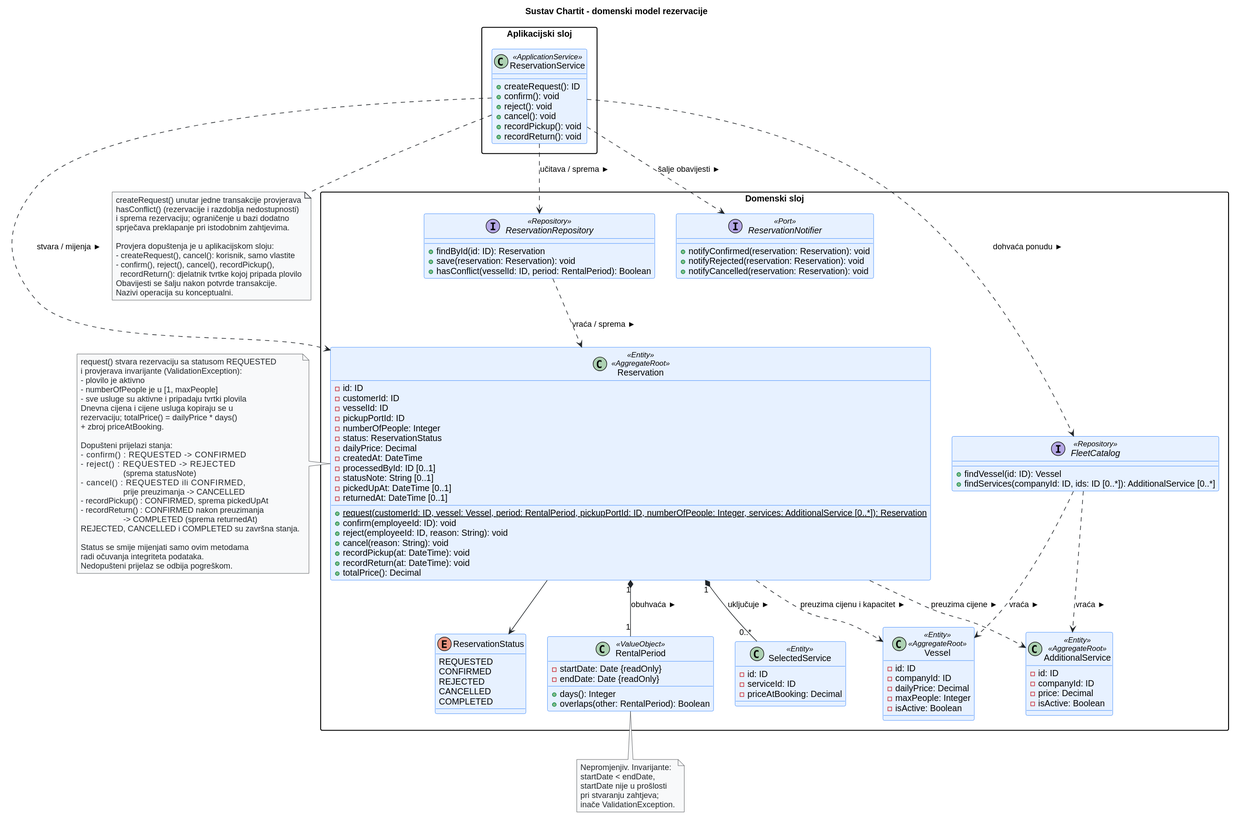
tmpteamname1/ChartIt keeps this PlantUML diagram as docs/assets/diagrams/4-3-chartit-domain-CD.svg. Above is the earlier version.
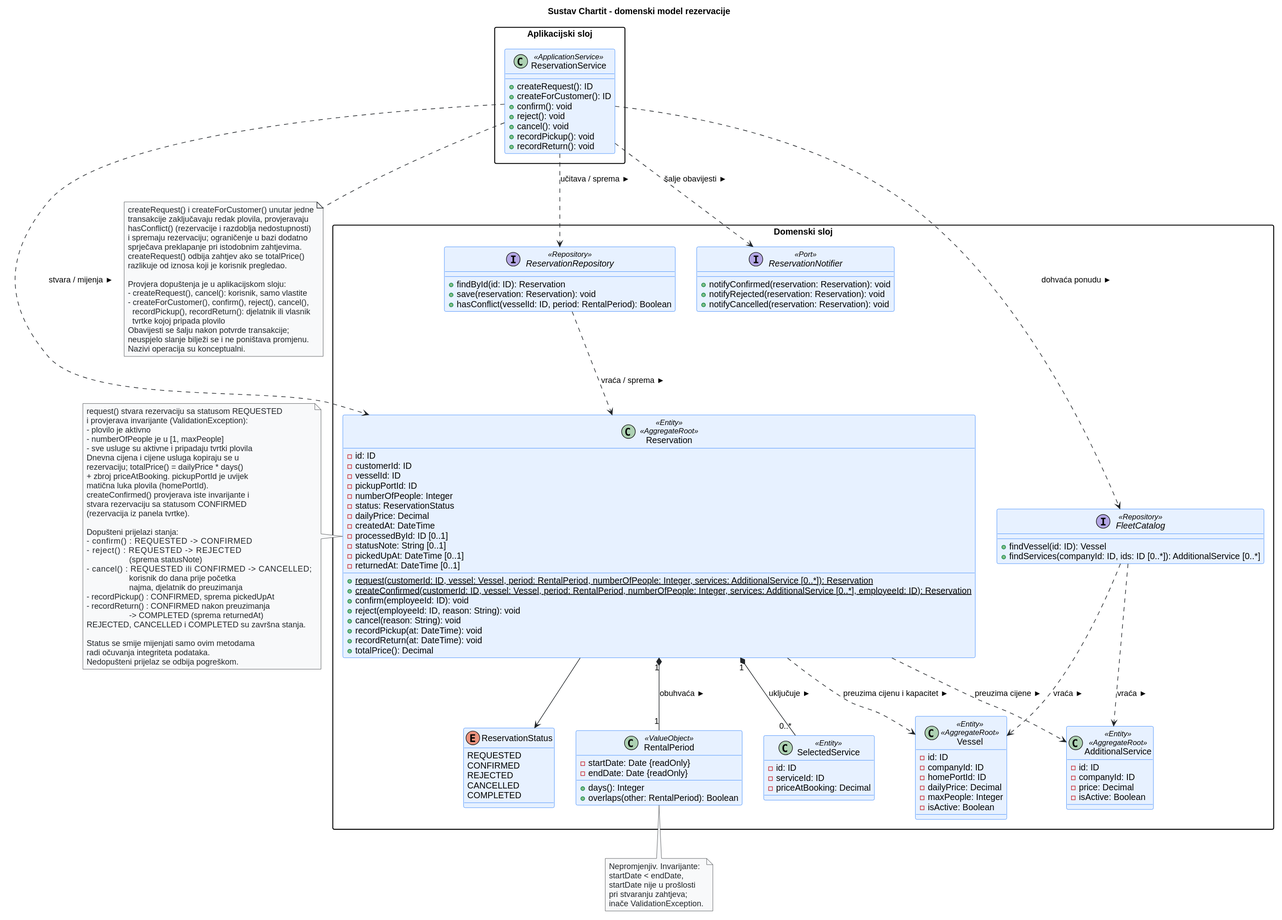
Later version of the same file.

What changed in the source:
```diff
@@ -21,6 +21,7 @@
 
   class ReservationService <<ApplicationService>> {
     +createRequest(): ID
+    +createForCustomer(): ID
     +confirm(): void
     +reject(): void
     +cancel(): void
@@ -45,7 +46,8 @@
     -statusNote: String [0..1]
     -pickedUpAt: DateTime [0..1]
     -returnedAt: DateTime [0..1]
-    +{static} request(customerId: ID, vessel: Vessel, period: RentalPeriod, pickupPortId: ID, numberOfPeople: Integer, services: AdditionalService [0..*]): Reservation
+    +{static} request(customerId: ID, vessel: Vessel, period: RentalPeriod, numberOfPeople: Integer, services: AdditionalService [0..*]): Reservation
+    +{static} createConfirmed(customerId: ID, vessel: Vessel, period: RentalPeriod, numberOfPeople: Integer, services: AdditionalService [0..*], employeeId: ID): Reservation
     +confirm(employeeId: ID): void
     +reject(employeeId: ID, reason: String): void
     +cancel(reason: String): void
@@ -78,6 +80,7 @@
   class Vessel <<Entity>> <<AggregateRoot>> {
     -id: ID
     -companyId: ID
+    -homePortId: ID
     -dailyPrice: Decimal
     -maxPeople: Integer
     -isActive: Boolean
@@ -134,14 +137,19 @@
   - sve usluge su aktivne i pripadaju tvrtki plovila
   Dnevna cijena i cijene usluga kopiraju se u
   rezervaciju; totalPrice() = dailyPrice * days()
-  + zbroj priceAtBooking.
+  + zbroj priceAtBooking. pickupPortId je uvijek
+  matična luka plovila (homePortId).
+  createConfirmed() provjerava iste invarijante i
+  stvara rezervaciju sa statusom CONFIRMED
+  (rezervacija iz panela tvrtke).
 
   Dopušteni prijelazi stanja:
   - confirm()      : REQUESTED -> CONFIRMED
   - reject()       : REQUESTED -> REJECTED
                      (sprema statusNote)
-  - cancel()       : REQUESTED ili CONFIRMED,
-                     prije preuzimanja -> CANCELLED
+  - cancel()       : REQUESTED ili CONFIRMED -> CANCELLED;
+                     korisnik do dana prije početka
+                     najma, djelatnik do preuzimanja
   - recordPickup() : CONFIRMED, sprema pickedUpAt
   - recordReturn() : CONFIRMED nakon preuzimanja
                      -> COMPLETED (sprema returnedAt)
@@ -161,16 +169,21 @@
 end note
 
 note bottom of ReservationService
-  createRequest() unutar jedne transakcije provjerava
+  createRequest() i createForCustomer() unutar jedne
+  transakcije zaključavaju redak plovila, provjeravaju
   hasConflict() (rezervacije i razdoblja nedostupnosti)
-  i sprema rezervaciju; ograničenje u bazi dodatno
+  i spremaju rezervaciju; ograničenje u bazi dodatno
   sprječava preklapanje pri istodobnim zahtjevima.
+  createRequest() odbija zahtjev ako se totalPrice()
+  razlikuje od iznosa koji je korisnik pregledao.
 
   Provjera dopuštenja je u aplikacijskom sloju:
   - createRequest(), cancel(): korisnik, samo vlastite
-  - confirm(), reject(), cancel(), recordPickup(),
-    recordReturn(): djelatnik tvrtke kojoj pripada plovilo
-  Obavijesti se šalju nakon potvrde transakcije.
+  - createForCustomer(), confirm(), reject(), cancel(),
+    recordPickup(), recordReturn(): djelatnik ili vlasnik
+    tvrtke kojoj pripada plovilo
+  Obavijesti se šalju nakon potvrde transakcije;
+  neuspjelo slanje bilježi se i ne poništava promjenu.
   Nazivi operacija su konceptualni.
 end note
 @enduml
```
